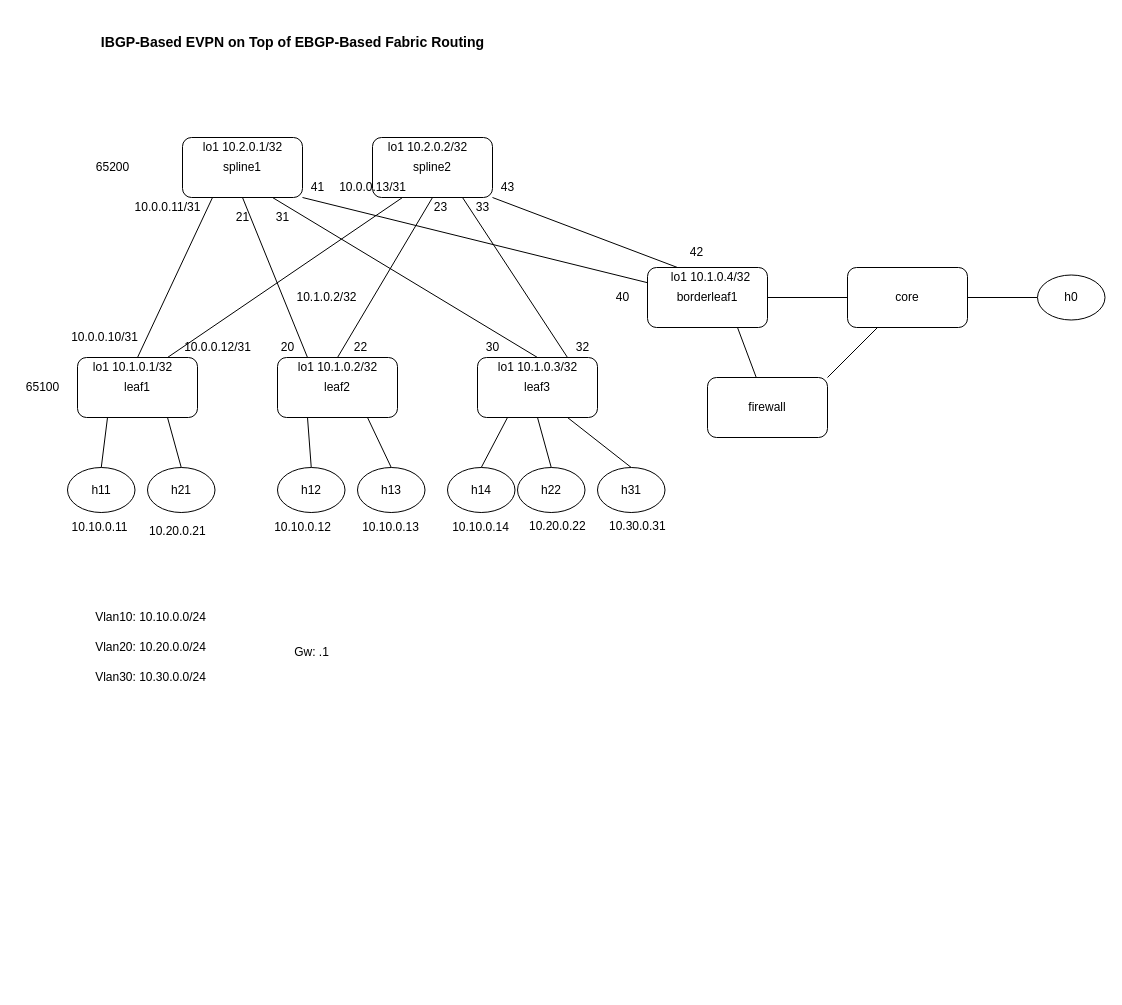
The draw.io diagram vxlanevpnlab.drawio in jmanteau/evpn-frr-containerlab, before the edit. Source tidied: cells renumbered, new cells numbered last; positions are measured from the earlier drawing's top-left corner, leaving out a move shared by most shapes. Both pictures are drawn from the tidied source at 100%, with x=0, y=0 at pixel (17, 17).
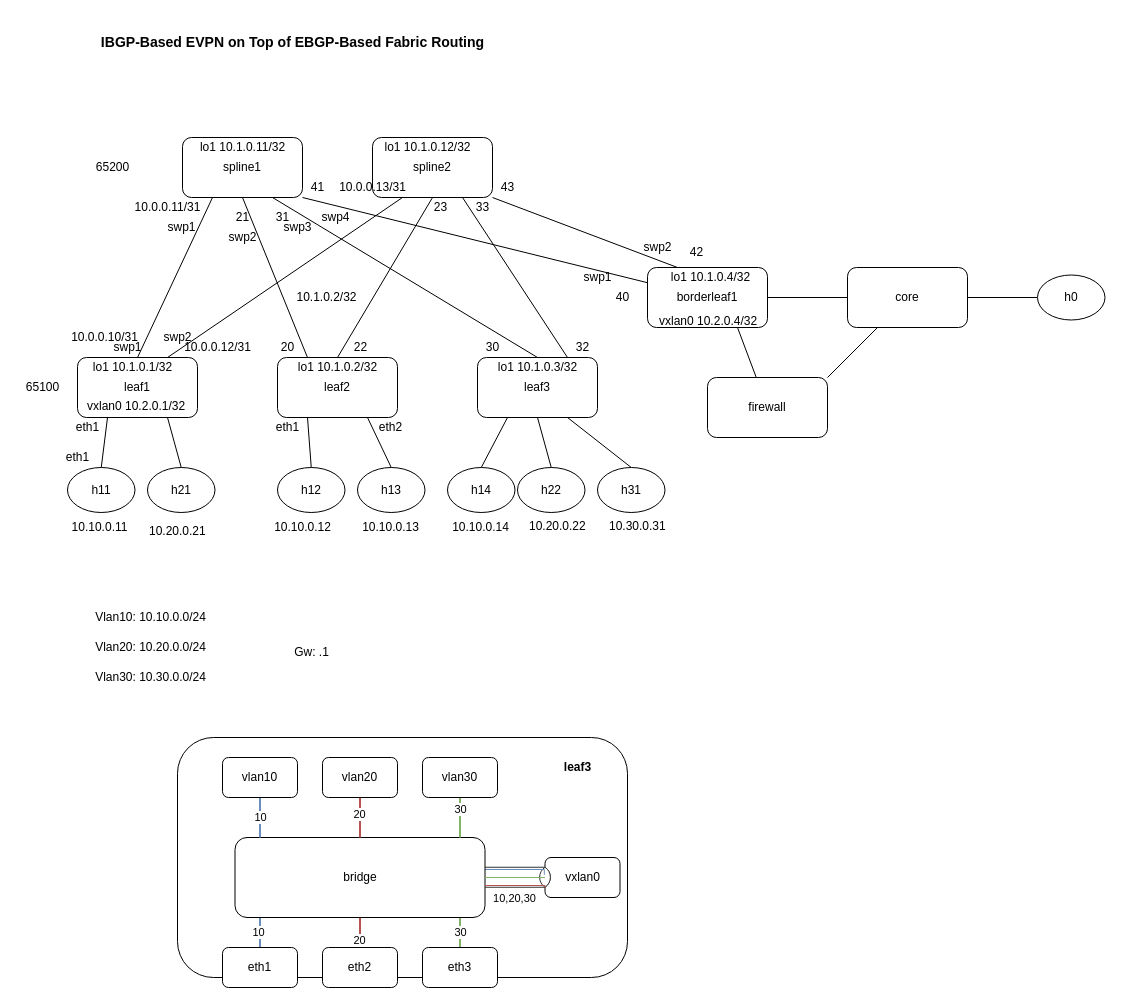
Above is the later version.

What changed in the source:
```diff
@@
+    <mxCell id="74" style="rounded=1;whiteSpace=wrap;html=1;" parent="1" vertex="1">
+      <mxGeometry x="160" y="720" width="450" height="240" as="geometry" />
+    </mxCell>
+    <mxCell id="75" value="vxlan0" style="rounded=1;whiteSpace=wrap;html=1;" parent="1" vertex="1">
+      <mxGeometry x="527.5" y="840" width="75" height="40" as="geometry" />
+    </mxCell>
+    <mxCell id="76" style="html=1;fillColor=none;strokeColor=#333333;gradientDirection=north;strokeWidth=1;shape=mxgraph.networks.bus;gradientColor=none;gradientDirection=north;fontColor=#ffffff;perimeter=backbonePerimeter;backboneSize=20;" parent="1" vertex="1">
+      <mxGeometry x="460" y="832" width="75.5" height="55.5" as="geometry" />
+    </mxCell>
@@
-    <mxCell id="69" value="lo1 10.2.0.1/32" style="text;html=1;align=center;verticalAlign=middle;" parent="1" vertex="1">
-      <mxGeometry x="180" y="120" width="90" height="20" as="geometry" />
+    <mxCell id="69" value="lo1 10.1.0.11/32" style="text;html=1;align=center;verticalAlign=middle;" parent="1" vertex="1">
+      <mxGeometry x="175" y="120" width="100" height="20" as="geometry" />
     </mxCell>
@@
-    <mxCell id="71" value="lo1 10.2.0.2/32" style="text;html=1;align=center;verticalAlign=middle;" parent="1" vertex="1">
-      <mxGeometry x="365" y="120" width="90" height="20" as="geometry" />
+    <mxCell id="71" value="lo1 10.1.0.12/32" style="text;html=1;align=center;verticalAlign=middle;" parent="1" vertex="1">
+      <mxGeometry x="360" y="120" width="100" height="20" as="geometry" />
     </mxCell>
@@
+    <mxCell id="77" style="edgeStyle=orthogonalEdgeStyle;rounded=0;jettySize=auto;html=1;exitX=0.1;exitY=1;exitDx=0;exitDy=0;endArrow=none;endFill=0;fillColor=#dae8fc;strokeColor=#6c8ebf;strokeWidth=2;" parent="1" edge="1" source="83" target="84">
+      <mxGeometry relative="1" as="geometry" />
+    </mxCell>
+    <mxCell id="78" value="10" style="edgeLabel;html=1;align=center;verticalAlign=middle;" parent="77" vertex="1">
+      <mxGeometry x="-0.46" y="-2" relative="1" as="geometry" />
+    </mxCell>
+    <mxCell id="79" style="edgeStyle=orthogonalEdgeStyle;rounded=0;jettySize=auto;html=1;exitX=0.5;exitY=1;exitDx=0;exitDy=0;entryX=0.5;entryY=0;entryDx=0;entryDy=0;endArrow=none;endFill=0;fillColor=#f8cecc;strokeColor=#b85450;strokeWidth=2;" parent="1" edge="1" source="83" target="85">
+      <mxGeometry relative="1" as="geometry" />
+    </mxCell>
+    <mxCell id="80" value="20" style="edgeLabel;html=1;align=center;verticalAlign=middle;" parent="79" vertex="1">
+      <mxGeometry x="0.47" y="-1" relative="1" as="geometry" />
+    </mxCell>
+    <mxCell id="81" value="30" style="edgeStyle=orthogonalEdgeStyle;rounded=0;jettySize=auto;html=1;exitX=0.9;exitY=1;exitDx=0;exitDy=0;entryX=0.5;entryY=0;entryDx=0;entryDy=0;endArrow=none;endFill=0;fillColor=#d5e8d4;strokeColor=#82b366;strokeWidth=2;" parent="1" edge="1" source="83" target="86">
+      <mxGeometry relative="1" as="geometry" />
+    </mxCell>
+    <mxCell id="82" style="edgeStyle=orthogonalEdgeStyle;rounded=0;jettySize=auto;html=1;exitX=1;exitY=0.4;exitDx=0;exitDy=0;entryX=-0.009;entryY=0.432;entryDx=0;entryDy=0;endArrow=none;endFill=0;strokeWidth=1;fillColor=#dae8fc;strokeColor=#6c8ebf;entryPerimeter=0;" parent="1" edge="1" source="83" target="75">
+      <mxGeometry relative="1" as="geometry">
+        <Array as="points">
+          <mxPoint x="527" y="852" />
+        </Array>
+      </mxGeometry>
+    </mxCell>
+    <mxCell id="83" value="bridge" style="rounded=1;whiteSpace=wrap;html=1;points=[[0,0],[0,0.1],[0,0.2],[0,0.3],[0,0.4],[0,0.5],[0,0.6],[0,0.7],[0,0.8],[0,0.9],[0,1],[0.1,0],[0.2,0],[0.3,0],[0.4,0],[0.5,0],[0.6,0],[0.7,0],[0.8,0],[0.9,0],[1,0],[1,0.1],[1,0.2],[1,0.3],[1,0.4],[1,0.5],[1,0.6],[1,0.7],[1,0.8],[1,0.9],[0.1,1],[0.2,1],[0.3,1],[0.4,1],[0.5,1],[0.6,1],[0.7,1],[0.8,1],[0.9,1],[1,1]];" parent="1" vertex="1">
+      <mxGeometry x="217.5" y="820" width="250" height="80" as="geometry" />
+    </mxCell>
+    <mxCell id="84" value="eth1" style="rounded=1;whiteSpace=wrap;html=1;" parent="1" vertex="1">
+      <mxGeometry x="205" y="930" width="75" height="40" as="geometry" />
+    </mxCell>
+    <mxCell id="85" value="eth2" style="rounded=1;whiteSpace=wrap;html=1;" parent="1" vertex="1">
+      <mxGeometry x="305" y="930" width="75" height="40" as="geometry" />
+    </mxCell>
+    <mxCell id="86" value="eth3" style="rounded=1;whiteSpace=wrap;html=1;" parent="1" vertex="1">
+      <mxGeometry x="405" y="930" width="75" height="40" as="geometry" />
+    </mxCell>
+    <mxCell id="87" value="10" style="edgeStyle=orthogonalEdgeStyle;rounded=0;jettySize=auto;html=1;exitX=0.5;exitY=1;exitDx=0;exitDy=0;entryX=0.1;entryY=0;entryDx=0;entryDy=0;endArrow=none;endFill=0;fillColor=#dae8fc;strokeColor=#6c8ebf;strokeWidth=2;" parent="1" edge="1" source="88" target="83">
+      <mxGeometry relative="1" as="geometry" />
+    </mxCell>
+    <mxCell id="88" value="vlan10" style="rounded=1;whiteSpace=wrap;html=1;" parent="1" vertex="1">
+      <mxGeometry x="205" y="740" width="75" height="40" as="geometry" />
+    </mxCell>
+    <mxCell id="89" style="edgeStyle=orthogonalEdgeStyle;rounded=0;jettySize=auto;html=1;exitX=0.5;exitY=1;exitDx=0;exitDy=0;entryX=0.5;entryY=0;entryDx=0;entryDy=0;endArrow=none;endFill=0;fillColor=#f8cecc;strokeColor=#b85450;strokeWidth=2;" parent="1" edge="1" source="91" target="83">
+      <mxGeometry relative="1" as="geometry" />
+    </mxCell>
+    <mxCell id="90" value="20" style="edgeLabel;html=1;align=center;verticalAlign=middle;" parent="89" vertex="1">
+      <mxGeometry x="-0.18" y="-1" relative="1" as="geometry" />
+    </mxCell>
+    <mxCell id="91" value="vlan20" style="rounded=1;whiteSpace=wrap;html=1;" parent="1" vertex="1">
+      <mxGeometry x="305" y="740" width="75" height="40" as="geometry" />
+    </mxCell>
+    <mxCell id="92" style="edgeStyle=orthogonalEdgeStyle;rounded=0;jettySize=auto;html=1;exitX=0.5;exitY=1;exitDx=0;exitDy=0;entryX=0.9;entryY=0;entryDx=0;entryDy=0;endArrow=none;endFill=0;fillColor=#d5e8d4;strokeColor=#82b366;strokeWidth=2;" parent="1" edge="1" source="94" target="83">
+      <mxGeometry relative="1" as="geometry" />
+    </mxCell>
+    <mxCell id="93" value="30" style="edgeLabel;html=1;align=center;verticalAlign=middle;" parent="92" vertex="1">
+      <mxGeometry x="-0.45" y="-1" relative="1" as="geometry">
+        <mxPoint x="1" as="offset" />
+      </mxGeometry>
+    </mxCell>
+    <mxCell id="94" value="vlan30" style="rounded=1;whiteSpace=wrap;html=1;" parent="1" vertex="1">
+      <mxGeometry x="405" y="740" width="75" height="40" as="geometry" />
+    </mxCell>
+    <mxCell id="95" style="edgeStyle=orthogonalEdgeStyle;rounded=0;jettySize=auto;html=1;exitX=0;exitY=0.5;exitDx=0;exitDy=0;endArrow=none;endFill=0;fillColor=#d5e8d4;strokeColor=#82b366;" parent="1" edge="1" source="75" target="83">
+      <mxGeometry relative="1" as="geometry" />
+    </mxCell>
+    <mxCell id="96" value="10,20,30" style="edgeLabel;html=1;align=center;verticalAlign=middle;" parent="95" vertex="1">
+      <mxGeometry x="0.45" y="-2" relative="1" as="geometry">
+        <mxPoint x="13.3" y="22" as="offset" />
+      </mxGeometry>
+    </mxCell>
+    <mxCell id="97" style="edgeStyle=orthogonalEdgeStyle;rounded=0;jettySize=auto;html=1;exitX=0;exitY=0.75;exitDx=0;exitDy=0;endArrow=none;endFill=0;entryX=1;entryY=0.6;entryDx=0;entryDy=0;fillColor=#f8cecc;strokeColor=#b85450;jumpSize=1;jumpStyle=arc;anchorPointDirection=0;" parent="1" edge="1" source="75" target="83">
+      <mxGeometry relative="1" as="geometry">
+        <Array as="points">
+          <mxPoint x="528" y="868" />
+        </Array>
+      </mxGeometry>
+    </mxCell>
+    <mxCell id="98" value="eth1" style="text;html=1;align=center;verticalAlign=middle;" parent="1" vertex="1">
+      <mxGeometry x="250" y="400" width="40" height="20" as="geometry" />
+    </mxCell>
+    <mxCell id="99" value="eth2" style="text;html=1;align=center;verticalAlign=middle;" parent="1" vertex="1">
+      <mxGeometry x="352.5" y="400" width="40" height="20" as="geometry" />
+    </mxCell>
+    <mxCell id="100" value="eth1" style="text;html=1;align=center;verticalAlign=middle;" parent="1" vertex="1">
+      <mxGeometry x="40" y="430" width="40" height="20" as="geometry" />
+    </mxCell>
+    <mxCell id="101" value="&lt;b&gt;leaf3&lt;/b&gt;" style="text;html=1;align=center;verticalAlign=middle;" parent="1" vertex="1">
+      <mxGeometry x="540" y="740" width="40" height="20" as="geometry" />
+    </mxCell>
+    <mxCell id="102" value="eth1" style="text;html=1;align=center;verticalAlign=middle;" parent="1" vertex="1">
+      <mxGeometry x="50" y="400" width="40" height="20" as="geometry" />
+    </mxCell>
+    <mxCell id="103" value="swp1" style="text;html=1;align=center;verticalAlign=middle;" parent="1" vertex="1">
+      <mxGeometry x="560" y="250" width="40" height="20" as="geometry" />
+    </mxCell>
+    <mxCell id="104" value="swp2" style="text;html=1;align=center;verticalAlign=middle;" parent="1" vertex="1">
+      <mxGeometry x="620" y="220" width="40" height="20" as="geometry" />
+    </mxCell>
+    <mxCell id="105" value="swp1" style="text;html=1;align=center;verticalAlign=middle;" parent="1" vertex="1">
+      <mxGeometry x="90" y="320" width="40" height="20" as="geometry" />
+    </mxCell>
+    <mxCell id="106" value="swp2" style="text;html=1;align=center;verticalAlign=middle;" parent="1" vertex="1">
+      <mxGeometry x="140" y="310" width="40" height="20" as="geometry" />
+    </mxCell>
+    <mxCell id="107" value="swp1" style="text;html=1;align=center;verticalAlign=middle;" parent="1" vertex="1">
+      <mxGeometry x="143.8" y="200" width="40" height="20" as="geometry" />
+    </mxCell>
+    <mxCell id="108" value="swp2" style="text;html=1;align=center;verticalAlign=middle;" parent="1" vertex="1">
+      <mxGeometry x="205" y="210" width="40" height="20" as="geometry" />
+    </mxCell>
+    <mxCell id="109" value="swp3" style="text;html=1;align=center;verticalAlign=middle;" parent="1" vertex="1">
+      <mxGeometry x="260" y="200" width="40" height="20" as="geometry" />
+    </mxCell>
+    <mxCell id="110" value="swp4" style="text;html=1;align=center;verticalAlign=middle;" parent="1" vertex="1">
+      <mxGeometry x="297.5" y="190" width="40" height="20" as="geometry" />
+    </mxCell>
+    <mxCell id="111" value="vxlan0 10.2.0.4/32" style="text;whiteSpace=wrap;html=1;" parent="1" vertex="1">
+      <mxGeometry x="640" y="290" width="120" height="30" as="geometry" />
+    </mxCell>
+    <mxCell id="112" value="vxlan0 10.2.0.1/32" style="text;whiteSpace=wrap;html=1;" parent="1" vertex="1">
+      <mxGeometry x="67.5" y="375" width="120" height="30" as="geometry" />
+    </mxCell>
```
